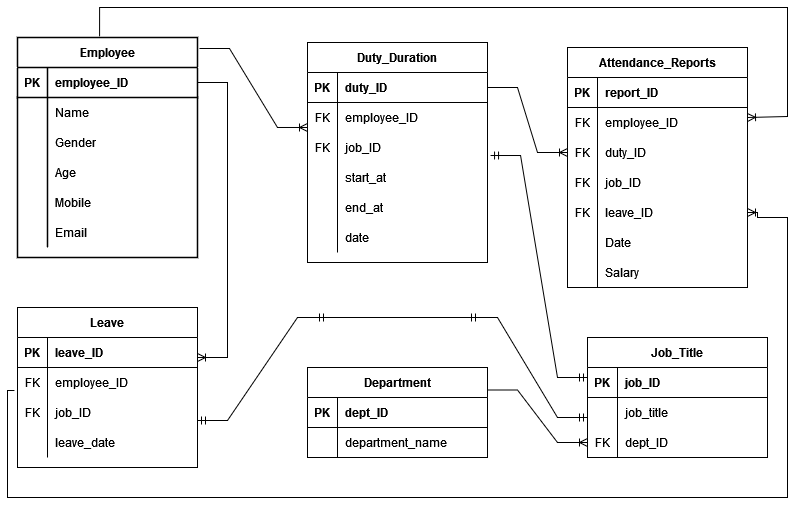
The draw.io diagram postgresql/ER Diagram of AMS.drawio.png in Jaskaran11/Training, before a commit. Source tidied: cells renumbered, new cells last; positions are measured from the earlier drawing's top-left corner, leaving out a move shared by most shapes.
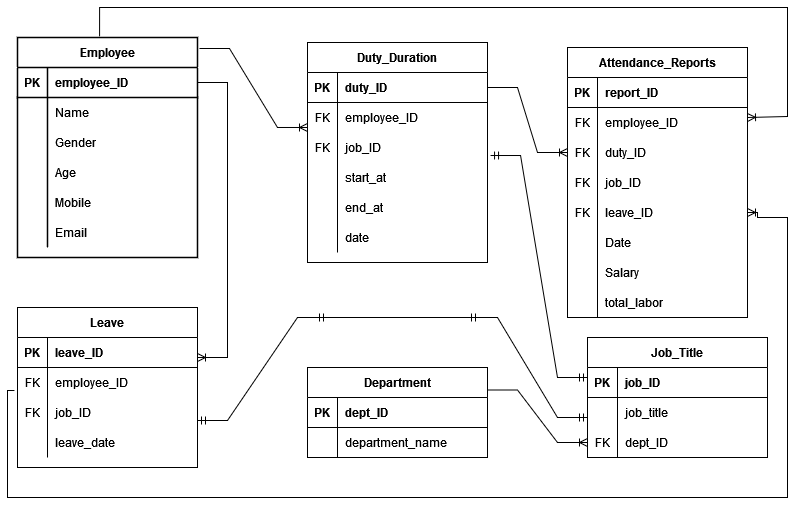
Later version of the same file.

Commit message:
Updated ER Diagram of AMS

Diff of the diagram source:
```diff
@@ -129,7 +129,7 @@
       <mxGeometry relative="1" as="geometry" />
     </mxCell>
     <mxCell id="42" value="Attendance_Reports" style="shape=table;startSize=30;rowLines=0;fontStyle=1;align=center;shadow=0;strokeColor=default;strokeWidth=1;fillColor=default;gradientColor=none;" parent="1" vertex="1">
-      <mxGeometry x="560" y="40" width="180" height="240" as="geometry" />
+      <mxGeometry x="560" y="40" width="180" height="270" as="geometry" />
     </mxCell>
     <mxCell id="43" style="shape=tableRow;horizontal=0;startSize=0;swimlaneHead=0;swimlaneBody=0;fillColor=none;top=0;left=0;right=0;bottom=1;shadow=0;strokeColor=default;strokeWidth=1;" parent="42" vertex="1">
       <mxGeometry y="30" width="180" height="30" as="geometry" />
@@ -194,6 +194,15 @@
     <mxCell id="63" value="Salary" style="shape=partialRectangle;fillColor=none;top=0;left=0;bottom=0;right=0;align=left;spacingLeft=6;overflow=hidden;shadow=0;strokeColor=default;strokeWidth=1;" parent="61" vertex="1">
       <mxGeometry x="30" width="150" height="30" as="geometry" />
     </mxCell>
+    <mxCell id="102" style="shape=tableRow;horizontal=0;startSize=0;swimlaneHead=0;swimlaneBody=0;fillColor=none;top=0;left=0;right=0;bottom=0;shadow=0;strokeColor=default;strokeWidth=1;" parent="42" vertex="1">
+      <mxGeometry y="240" width="180" height="30" as="geometry" />
+    </mxCell>
+    <mxCell id="103" style="shape=partialRectangle;fillColor=none;top=0;left=0;bottom=0;right=0;overflow=hidden;shadow=0;strokeColor=default;strokeWidth=1;" parent="102" vertex="1">
+      <mxGeometry width="30" height="30" as="geometry" />
+    </mxCell>
+    <mxCell id="104" value="total_labor" style="shape=partialRectangle;fillColor=none;top=0;left=0;bottom=0;right=0;align=left;spacingLeft=6;overflow=hidden;shadow=0;strokeColor=default;strokeWidth=1;" parent="102" vertex="1">
+      <mxGeometry x="30" width="150" height="30" as="geometry" />
+    </mxCell>
     <mxCell id="64" value="Department" style="shape=table;startSize=30;rowLines=0;fontStyle=1;align=center;shadow=0;strokeColor=default;strokeWidth=1;fillColor=default;gradientColor=none;" parent="1" vertex="1">
       <mxGeometry x="300" y="360" width="180" height="90" as="geometry" />
     </mxCell>
```
